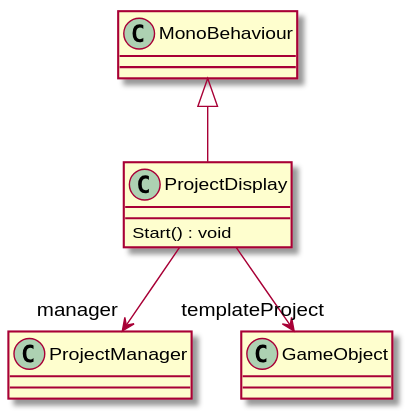
Before: UML/ProjectSystem/ProjectDisplay.svg, a diagram exported from PlantUML (streepje8/ToolDev2023). The source it was exported from:
```plantuml
@startuml
class ProjectDisplay {
    Start() : void
}
MonoBehaviour <|-- ProjectDisplay
ProjectDisplay --> "manager" ProjectManager
ProjectDisplay --> "templateProject" GameObject
@enduml
```
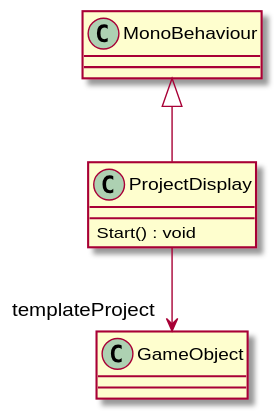
The same diagram one commit later.

What changed in the source:
```diff
@@ -3,6 +3,5 @@
     Start() : void
 }
 MonoBehaviour <|-- ProjectDisplay
-ProjectDisplay --> "manager" ProjectManager
 ProjectDisplay --> "templateProject" GameObject
 @enduml
```
